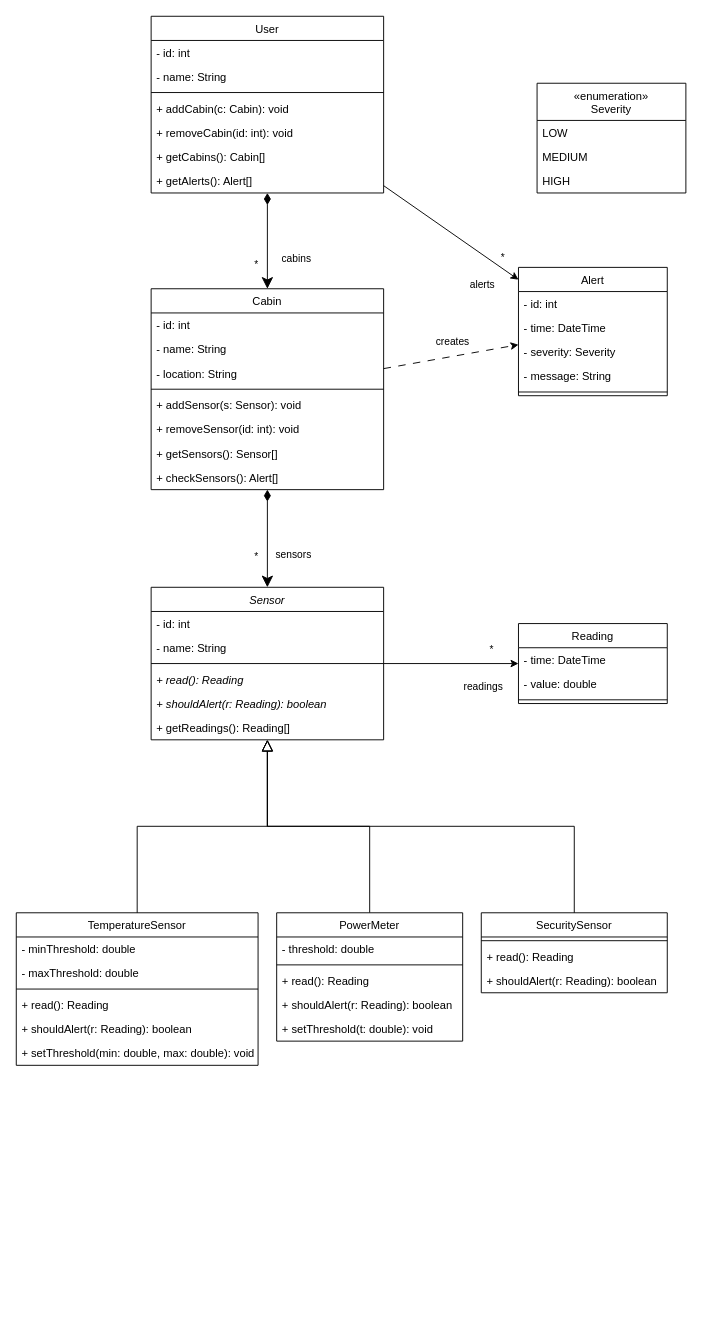
Before: project/diagrams/input/class.drawio in Sergiu-Sturza/Assignment-1-Model-first-AI-second, a draw.io diagram. Source tidied: cells renumbered, new cells numbered last; positions are measured from the earlier drawing's top-left corner, leaving out a move shared by most shapes. Both pictures are drawn from the tidied source at 93%, with x=0, y=0 at pixel (16, 16).
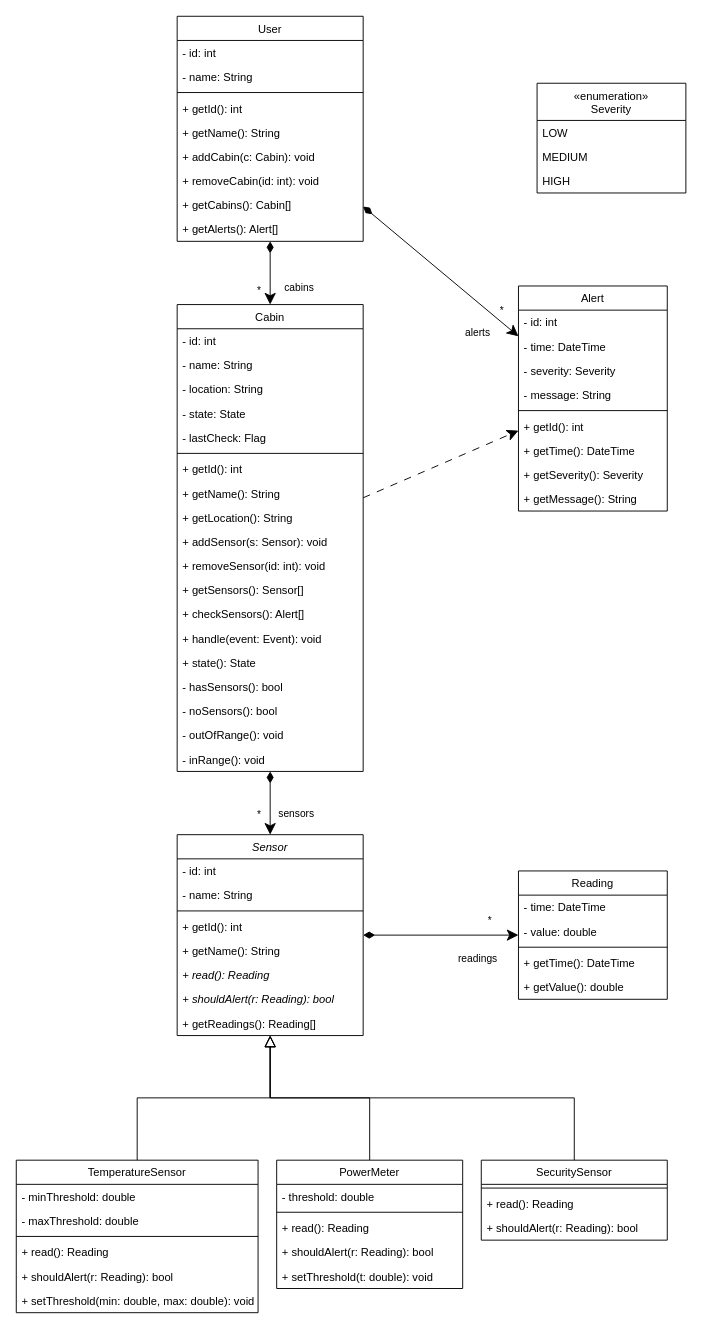
The same diagram, later.

Commit message:
fix class diagram based on analysis

Unchanged cells that the change refers to:
```xml
<mxCell id="40" style="edgeStyle=none;html=1;endSize=10;startArrow=diamondThin;startFill=1;startSize=10;" parent="1" edge="1" source="46" target="57">
  <mxGeometry relative="1" as="geometry" />
</mxCell>
```

What changed in the source:
```diff
@@
-    <mxCell id="2" style="edgeStyle=none;html=1;" parent="1" edge="1" source="7" target="66">
+    <mxCell id="2" style="edgeStyle=none;html=1;startSize=10;endSize=10;startArrow=diamondThin;startFill=1;" parent="1" edge="1" source="7" target="66">
       <mxGeometry relative="1" as="geometry" />
     </mxCell>
     <mxCell id="3" value="*" style="edgeLabel;html=1;align=center;verticalAlign=middle;" parent="2" vertex="1">
-      <mxGeometry x="0.73" y="-2" relative="1" as="geometry">
+      <mxGeometry x="0.74" y="-2" relative="1" as="geometry">
         <mxPoint x="-10" y="-18" as="offset" />
       </mxGeometry>
     </mxCell>
@@
-    <mxCell id="5" style="edgeStyle=none;html=1;dashed=1;dashPattern=8 8;" parent="1" edge="1" source="57" target="34">
+    <mxCell id="5" style="edgeStyle=none;html=1;dashed=1;dashPattern=8 8;endSize=10;" parent="1" edge="1" source="57" target="34">
       <mxGeometry relative="1" as="geometry" />
     </mxCell>
-    <mxCell id="6" value="creates" style="edgeLabel;html=1;align=center;verticalAlign=middle;" parent="5" vertex="1">
-      <mxGeometry x="0.03" y="-2" relative="1" as="geometry">
-        <mxPoint x="-2" y="-18" as="offset" />
-      </mxGeometry>
-    </mxCell>
     <mxCell id="7" value="Sensor" style="swimlane;fontStyle=2;align=center;verticalAlign=top;horizontal=1;startSize=26;rounded=0;shadow=0;strokeWidth=1;" parent="1" vertex="1">
-      <mxGeometry x="145" y="614" width="250" height="164" as="geometry" />
+      <mxGeometry x="173" y="880" width="200" height="216" as="geometry" />
     </mxCell>
     <mxCell id="8" value="- id: int" style="text;align=left;verticalAlign=top;spacingLeft=4;spacingRight=4;overflow=hidden;" parent="7" vertex="1">
-      <mxGeometry y="26" width="250" height="26" as="geometry" />
+      <mxGeometry y="26" width="200" height="26" as="geometry" />
     </mxCell>
     <mxCell id="9" value="- name: String" style="text;align=left;verticalAlign=top;spacingLeft=4;spacingRight=4;overflow=hidden;rounded=0;shadow=0;html=0;" parent="7" vertex="1">
-      <mxGeometry y="52" width="250" height="26" as="geometry" />
+      <mxGeometry y="52" width="200" height="26" as="geometry" />
     </mxCell>
     <mxCell id="10" style="line;html=1;strokeWidth=1;align=left;verticalAlign=middle;spacingTop=-1;spacingLeft=3;spacingRight=3;labelPosition=right;" parent="7" vertex="1">
-      <mxGeometry y="78" width="250" height="8" as="geometry" />
+      <mxGeometry y="78" width="200" height="8" as="geometry" />
     </mxCell>
+    <mxCell id="74" value="+ getId(): int" style="text;align=left;verticalAlign=top;spacingLeft=4;spacingRight=4;overflow=hidden;rounded=0;shadow=0;html=0;" parent="7" vertex="1">
+      <mxGeometry y="86" width="200" height="26" as="geometry" />
+    </mxCell>
+    <mxCell id="75" value="+ getName(): String" style="text;align=left;verticalAlign=top;spacingLeft=4;spacingRight=4;overflow=hidden;rounded=0;shadow=0;html=0;" parent="7" vertex="1">
+      <mxGeometry y="112" width="200" height="26" as="geometry" />
+    </mxCell>
     <mxCell id="11" value="+ read(): Reading" style="text;align=left;verticalAlign=top;spacingLeft=4;spacingRight=4;overflow=hidden;fontStyle=2;" parent="7" vertex="1">
-      <mxGeometry y="86" width="250" height="26" as="geometry" />
+      <mxGeometry y="138" width="200" height="26" as="geometry" />
     </mxCell>
-    <mxCell id="12" value="+ shouldAlert(r: Reading): boolean" style="text;align=left;verticalAlign=top;spacingLeft=4;spacingRight=4;overflow=hidden;fontStyle=2;" parent="7" vertex="1">
-      <mxGeometry y="112" width="250" height="26" as="geometry" />
+    <mxCell id="12" value="+ shouldAlert(r: Reading): bool" style="text;align=left;verticalAlign=top;spacingLeft=4;spacingRight=4;overflow=hidden;fontStyle=2;" parent="7" vertex="1">
+      <mxGeometry y="164" width="200" height="26" as="geometry" />
     </mxCell>
     <mxCell id="13" value="+ getReadings(): Reading[]" style="text;align=left;verticalAlign=top;spacingLeft=4;spacingRight=4;overflow=hidden;fontStyle=0;" parent="7" vertex="1">
-      <mxGeometry y="138" width="250" height="26" as="geometry" />
+      <mxGeometry y="190" width="200" height="26" as="geometry" />
     </mxCell>
     <mxCell id="14" value="TemperatureSensor" style="swimlane;fontStyle=0;align=center;verticalAlign=top;horizontal=1;startSize=26;rounded=0;shadow=0;strokeWidth=1;" parent="1" vertex="1">
-      <mxGeometry y="964" width="260" height="164" as="geometry" />
+      <mxGeometry y="1230" width="260" height="164" as="geometry" />
     </mxCell>
@@
-    <mxCell id="19" value="+ shouldAlert(r: Reading): boolean" style="text;align=left;verticalAlign=top;spacingLeft=4;spacingRight=4;overflow=hidden;fontStyle=0;" parent="14" vertex="1">
+    <mxCell id="19" value="+ shouldAlert(r: Reading): bool" style="text;align=left;verticalAlign=top;spacingLeft=4;spacingRight=4;overflow=hidden;fontStyle=0;" parent="14" vertex="1">
       <mxGeometry y="112" width="260" height="26" as="geometry" />
     </mxCell>
@@
     <mxCell id="23" value="PowerMeter" style="swimlane;fontStyle=0;align=center;verticalAlign=top;horizontal=1;startSize=26;rounded=0;shadow=0;strokeWidth=1;" parent="1" vertex="1">
-      <mxGeometry x="280" y="964" width="200" height="138" as="geometry" />
+      <mxGeometry x="280" y="1230" width="200" height="138" as="geometry" />
     </mxCell>
@@
-    <mxCell id="27" value="+ shouldAlert(r: Reading): boolean" style="text;align=left;verticalAlign=top;spacingLeft=4;spacingRight=4;overflow=hidden;fontStyle=0;" parent="23" vertex="1">
+    <mxCell id="27" value="+ shouldAlert(r: Reading): bool" style="text;align=left;verticalAlign=top;spacingLeft=4;spacingRight=4;overflow=hidden;fontStyle=0;" parent="23" vertex="1">
       <mxGeometry y="86" width="200" height="26" as="geometry" />
     </mxCell>
@@
     <mxCell id="29" value="SecuritySensor" style="swimlane;fontStyle=0;align=center;verticalAlign=top;horizontal=1;startSize=26;rounded=0;shadow=0;strokeWidth=1;" parent="1" vertex="1">
-      <mxGeometry x="500" y="964" width="200" height="86" as="geometry" />
+      <mxGeometry x="500" y="1230" width="200" height="86" as="geometry" />
     </mxCell>
@@
-    <mxCell id="32" value="+ shouldAlert(r: Reading): boolean" style="text;align=left;verticalAlign=top;spacingLeft=4;spacingRight=4;overflow=hidden;fontStyle=0;" parent="29" vertex="1">
+    <mxCell id="32" value="+ shouldAlert(r: Reading): bool" style="text;align=left;verticalAlign=top;spacingLeft=4;spacingRight=4;overflow=hidden;fontStyle=0;" parent="29" vertex="1">
       <mxGeometry y="60" width="200" height="26" as="geometry" />
     </mxCell>
@@
     <mxCell id="34" value="Alert" style="swimlane;fontStyle=0;align=center;verticalAlign=top;horizontal=1;startSize=26;rounded=0;shadow=0;strokeWidth=1;" parent="1" vertex="1">
-      <mxGeometry x="540" y="270" width="160" height="138" as="geometry" />
+      <mxGeometry x="540" y="290" width="160" height="242" as="geometry" />
     </mxCell>
@@
+    <mxCell id="76" value="+ getId(): int" style="text;align=left;verticalAlign=top;spacingLeft=4;spacingRight=4;overflow=hidden;rounded=0;shadow=0;html=0;" parent="34" vertex="1">
+      <mxGeometry y="138" width="160" height="26" as="geometry" />
+    </mxCell>
+    <mxCell id="77" value="+ getTime(): DateTime" style="text;align=left;verticalAlign=top;spacingLeft=4;spacingRight=4;overflow=hidden;rounded=0;shadow=0;html=0;" parent="34" vertex="1">
+      <mxGeometry y="164" width="160" height="26" as="geometry" />
+    </mxCell>
+    <mxCell id="78" value="+ getSeverity(): Severity" style="text;align=left;verticalAlign=top;spacingLeft=4;spacingRight=4;overflow=hidden;rounded=0;shadow=0;html=0;" parent="34" vertex="1">
+      <mxGeometry y="190" width="160" height="26" as="geometry" />
+    </mxCell>
+    <mxCell id="79" value="+ getMessage(): String" style="text;align=left;verticalAlign=top;spacingLeft=4;spacingRight=4;overflow=hidden;rounded=0;shadow=0;html=0;" parent="34" vertex="1">
+      <mxGeometry y="216" width="160" height="26" as="geometry" />
+    </mxCell>
@@
     <mxCell id="42" value="cabins" style="edgeLabel;html=1;align=center;verticalAlign=middle;" parent="40" vertex="1">
-      <mxGeometry x="-0.27" relative="1" as="geometry">
-        <mxPoint x="30" y="32" as="offset" />
+      <mxGeometry x="0.43" y="1" relative="1" as="geometry">
+        <mxPoint x="29" as="offset" />
       </mxGeometry>
     </mxCell>
-    <mxCell id="43" style="edgeStyle=none;html=1;" parent="1" edge="1" source="46" target="34">
+    <mxCell id="43" style="edgeStyle=none;html=1;endSize=10;startArrow=diamondThin;startFill=1;startSize=10;" parent="1" edge="1" source="46" target="34">
       <mxGeometry relative="1" as="geometry" />
     </mxCell>
     <mxCell id="44" value="*" style="edgeLabel;html=1;align=center;verticalAlign=middle;" parent="43" vertex="1">
-      <mxGeometry x="0.76" relative="1" as="geometry">
+      <mxGeometry x="0.77" relative="1" as="geometry">
         <mxPoint y="-12" as="offset" />
       </mxGeometry>
     </mxCell>
     <mxCell id="45" value="alerts" style="edgeLabel;html=1;align=center;verticalAlign=middle;" parent="43" vertex="1">
-      <mxGeometry x="0.43" y="-1" relative="1" as="geometry">
+      <mxGeometry x="0.44" y="-1" relative="1" as="geometry">
         <mxPoint x="3" y="33" as="offset" />
       </mxGeometry>
     </mxCell>
     <mxCell id="46" value="User" style="swimlane;fontStyle=0;align=center;verticalAlign=top;horizontal=1;startSize=26;rounded=0;shadow=0;strokeWidth=1;" parent="1" vertex="1">
-      <mxGeometry x="145" width="250" height="190" as="geometry" />
+      <mxGeometry x="173" width="200" height="242" as="geometry" />
     </mxCell>
     <mxCell id="47" value="- id: int" style="text;align=left;verticalAlign=top;spacingLeft=4;spacingRight=4;overflow=hidden;" parent="46" vertex="1">
-      <mxGeometry y="26" width="250" height="26" as="geometry" />
+      <mxGeometry y="26" width="200" height="26" as="geometry" />
     </mxCell>
     <mxCell id="48" value="- name: String" style="text;align=left;verticalAlign=top;spacingLeft=4;spacingRight=4;overflow=hidden;rounded=0;shadow=0;html=0;" parent="46" vertex="1">
-      <mxGeometry y="52" width="250" height="26" as="geometry" />
+      <mxGeometry y="52" width="200" height="26" as="geometry" />
     </mxCell>
     <mxCell id="49" style="line;html=1;strokeWidth=1;align=left;verticalAlign=middle;spacingTop=-1;spacingLeft=3;spacingRight=3;labelPosition=right;" parent="46" vertex="1">
-      <mxGeometry y="78" width="250" height="8" as="geometry" />
+      <mxGeometry y="78" width="200" height="8" as="geometry" />
     </mxCell>
+    <mxCell id="80" value="+ getId(): int" style="text;align=left;verticalAlign=top;spacingLeft=4;spacingRight=4;overflow=hidden;rounded=0;shadow=0;html=0;" parent="46" vertex="1">
+      <mxGeometry y="86" width="200" height="26" as="geometry" />
+    </mxCell>
+    <mxCell id="81" value="+ getName(): String" style="text;align=left;verticalAlign=top;spacingLeft=4;spacingRight=4;overflow=hidden;rounded=0;shadow=0;html=0;" parent="46" vertex="1">
+      <mxGeometry y="112" width="200" height="26" as="geometry" />
+    </mxCell>
     <mxCell id="50" value="+ addCabin(c: Cabin): void" style="text;align=left;verticalAlign=top;spacingLeft=4;spacingRight=4;overflow=hidden;rounded=0;shadow=0;html=0;" parent="46" vertex="1">
-      <mxGeometry y="86" width="250" height="26" as="geometry" />
+      <mxGeometry y="138" width="200" height="26" as="geometry" />
     </mxCell>
     <mxCell id="51" value="+ removeCabin(id: int): void" style="text;align=left;verticalAlign=top;spacingLeft=4;spacingRight=4;overflow=hidden;rounded=0;shadow=0;html=0;" parent="46" vertex="1">
-      <mxGeometry y="112" width="250" height="26" as="geometry" />
+      <mxGeometry y="164" width="200" height="26" as="geometry" />
     </mxCell>
     <mxCell id="52" value="+ getCabins(): Cabin[]" style="text;align=left;verticalAlign=top;spacingLeft=4;spacingRight=4;overflow=hidden;rounded=0;shadow=0;html=0;" parent="46" vertex="1">
-      <mxGeometry y="138" width="250" height="26" as="geometry" />
+      <mxGeometry y="190" width="200" height="26" as="geometry" />
     </mxCell>
     <mxCell id="53" value="+ getAlerts(): Alert[]" style="text;align=left;verticalAlign=top;spacingLeft=4;spacingRight=4;overflow=hidden;rounded=0;shadow=0;html=0;" parent="46" vertex="1">
-      <mxGeometry y="164" width="250" height="26" as="geometry" />
+      <mxGeometry y="216" width="200" height="26" as="geometry" />
     </mxCell>
@@
     <mxCell id="57" value="Cabin" style="swimlane;fontStyle=0;align=center;verticalAlign=top;horizontal=1;startSize=26;rounded=0;shadow=0;strokeWidth=1;" parent="1" vertex="1">
-      <mxGeometry x="145" y="293" width="250" height="216" as="geometry" />
+      <mxGeometry x="173" y="310" width="200" height="502" as="geometry" />
     </mxCell>
     <mxCell id="58" value="- id: int" style="text;align=left;verticalAlign=top;spacingLeft=4;spacingRight=4;overflow=hidden;" parent="57" vertex="1">
-      <mxGeometry y="26" width="250" height="26" as="geometry" />
+      <mxGeometry y="26" width="200" height="26" as="geometry" />
     </mxCell>
     <mxCell id="59" value="- name: String" style="text;align=left;verticalAlign=top;spacingLeft=4;spacingRight=4;overflow=hidden;rounded=0;shadow=0;html=0;" parent="57" vertex="1">
-      <mxGeometry y="52" width="250" height="26" as="geometry" />
+      <mxGeometry y="52" width="200" height="26" as="geometry" />
     </mxCell>
     <mxCell id="60" value="- location: String" style="text;align=left;verticalAlign=top;spacingLeft=4;spacingRight=4;overflow=hidden;" parent="57" vertex="1">
-      <mxGeometry y="78" width="250" height="26" as="geometry" />
+      <mxGeometry y="78" width="200" height="26" as="geometry" />
     </mxCell>
+    <mxCell id="82" value="- state: State" style="text;align=left;verticalAlign=top;spacingLeft=4;spacingRight=4;overflow=hidden;" parent="57" vertex="1">
+      <mxGeometry y="104" width="200" height="26" as="geometry" />
+    </mxCell>
+    <mxCell id="83" value="- lastCheck: Flag" style="text;align=left;verticalAlign=top;spacingLeft=4;spacingRight=4;overflow=hidden;" parent="57" vertex="1">
+      <mxGeometry y="130" width="200" height="26" as="geometry" />
+    </mxCell>
     <mxCell id="61" style="line;html=1;strokeWidth=1;align=left;verticalAlign=middle;spacingTop=-1;spacingLeft=3;spacingRight=3;labelPosition=right;" parent="57" vertex="1">
-      <mxGeometry y="104" width="250" height="8" as="geometry" />
+      <mxGeometry y="156" width="200" height="8" as="geometry" />
     </mxCell>
+    <mxCell id="84" value="+ getId(): int" style="text;align=left;verticalAlign=top;spacingLeft=4;spacingRight=4;overflow=hidden;rounded=0;shadow=0;html=0;" parent="57" vertex="1">
+      <mxGeometry y="164" width="200" height="26" as="geometry" />
+    </mxCell>
+    <mxCell id="85" value="+ getName(): String" style="text;align=left;verticalAlign=top;spacingLeft=4;spacingRight=4;overflow=hidden;rounded=0;shadow=0;html=0;" parent="57" vertex="1">
+      <mxGeometry y="190" width="200" height="26" as="geometry" />
+    </mxCell>
+    <mxCell id="86" value="+ getLocation(): String" style="text;align=left;verticalAlign=top;spacingLeft=4;spacingRight=4;overflow=hidden;rounded=0;shadow=0;html=0;" parent="57" vertex="1">
+      <mxGeometry y="216" width="200" height="26" as="geometry" />
+    </mxCell>
     <mxCell id="62" value="+ addSensor(s: Sensor): void" style="text;align=left;verticalAlign=top;spacingLeft=4;spacingRight=4;overflow=hidden;rounded=0;shadow=0;html=0;" parent="57" vertex="1">
-      <mxGeometry y="112" width="250" height="26" as="geometry" />
+      <mxGeometry y="242" width="200" height="26" as="geometry" />
     </mxCell>
     <mxCell id="63" value="+ removeSensor(id: int): void" style="text;align=left;verticalAlign=top;spacingLeft=4;spacingRight=4;overflow=hidden;rounded=0;shadow=0;html=0;" parent="57" vertex="1">
-      <mxGeometry y="138" width="250" height="26" as="geometry" />
+      <mxGeometry y="268" width="200" height="26" as="geometry" />
     </mxCell>
     <mxCell id="64" value="+ getSensors(): Sensor[]" style="text;align=left;verticalAlign=top;spacingLeft=4;spacingRight=4;overflow=hidden;rounded=0;shadow=0;html=0;" parent="57" vertex="1">
-      <mxGeometry y="164" width="250" height="26" as="geometry" />
+      <mxGeometry y="294" width="200" height="26" as="geometry" />
     </mxCell>
     <mxCell id="65" value="+ checkSensors(): Alert[]" style="text;align=left;verticalAlign=top;spacingLeft=4;spacingRight=4;overflow=hidden;rounded=0;shadow=0;html=0;" parent="57" vertex="1">
-      <mxGeometry y="190" width="250" height="26" as="geometry" />
+      <mxGeometry y="320" width="200" height="26" as="geometry" />
     </mxCell>
+    <mxCell id="87" value="+ handle(event: Event): void" style="text;align=left;verticalAlign=top;spacingLeft=4;spacingRight=4;overflow=hidden;rounded=0;shadow=0;html=0;" parent="57" vertex="1">
+      <mxGeometry y="346" width="200" height="26" as="geometry" />
+    </mxCell>
+    <mxCell id="88" value="+ state(): State" style="text;align=left;verticalAlign=top;spacingLeft=4;spacingRight=4;overflow=hidden;rounded=0;shadow=0;html=0;" parent="57" vertex="1">
+      <mxGeometry y="372" width="200" height="26" as="geometry" />
+    </mxCell>
+    <mxCell id="89" value="- hasSensors(): bool" style="text;align=left;verticalAlign=top;spacingLeft=4;spacingRight=4;overflow=hidden;rounded=0;shadow=0;html=0;" parent="57" vertex="1">
+      <mxGeometry y="398" width="200" height="26" as="geometry" />
+    </mxCell>
+    <mxCell id="90" value="- noSensors(): bool" style="text;align=left;verticalAlign=top;spacingLeft=4;spacingRight=4;overflow=hidden;rounded=0;shadow=0;html=0;" parent="57" vertex="1">
+      <mxGeometry y="424" width="200" height="26" as="geometry" />
+    </mxCell>
+    <mxCell id="91" value="- outOfRange(): void" style="text;align=left;verticalAlign=top;spacingLeft=4;spacingRight=4;overflow=hidden;rounded=0;shadow=0;html=0;" parent="57" vertex="1">
+      <mxGeometry y="450" width="200" height="26" as="geometry" />
+    </mxCell>
+    <mxCell id="92" value="- inRange(): void" style="text;align=left;verticalAlign=top;spacingLeft=4;spacingRight=4;overflow=hidden;rounded=0;shadow=0;html=0;" parent="57" vertex="1">
+      <mxGeometry y="476" width="200" height="26" as="geometry" />
+    </mxCell>
     <mxCell id="66" value="Reading" style="swimlane;fontStyle=0;align=center;verticalAlign=top;horizontal=1;startSize=26;rounded=0;shadow=0;strokeWidth=1;" parent="1" vertex="1">
-      <mxGeometry x="540" y="653" width="160" height="86" as="geometry" />
+      <mxGeometry x="540" y="919" width="160" height="138" as="geometry" />
     </mxCell>
@@
+    <mxCell id="93" value="+ getTime(): DateTime" style="text;align=left;verticalAlign=top;spacingLeft=4;spacingRight=4;overflow=hidden;rounded=0;shadow=0;html=0;" parent="66" vertex="1">
+      <mxGeometry y="86" width="160" height="26" as="geometry" />
+    </mxCell>
+    <mxCell id="94" value="+ getValue(): double" style="text;align=left;verticalAlign=top;spacingLeft=4;spacingRight=4;overflow=hidden;rounded=0;shadow=0;html=0;" parent="66" vertex="1">
+      <mxGeometry y="112" width="160" height="26" as="geometry" />
+    </mxCell>
```
